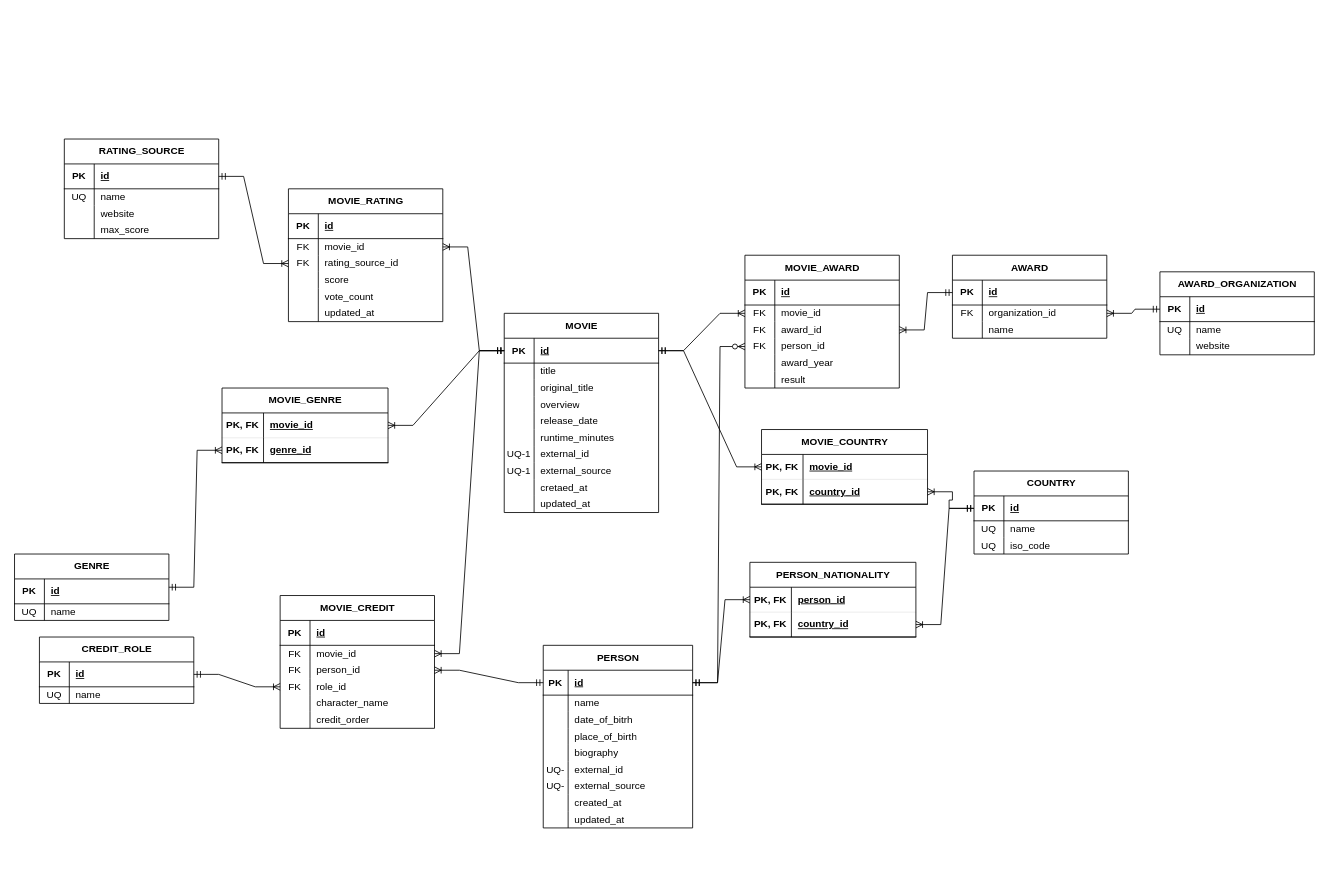
mansour-13/CineVault keeps this draw.io diagram as docs/erd/cinevault_erd.drawio. Above is the earlier version. Source tidied: cells renumbered, new cells numbered last; positions are measured from the earlier drawing's top-left corner, leaving out a move shared by most shapes. Both pictures are drawn from the tidied source at 83%, with x=0, y=0 at pixel (14, 139).
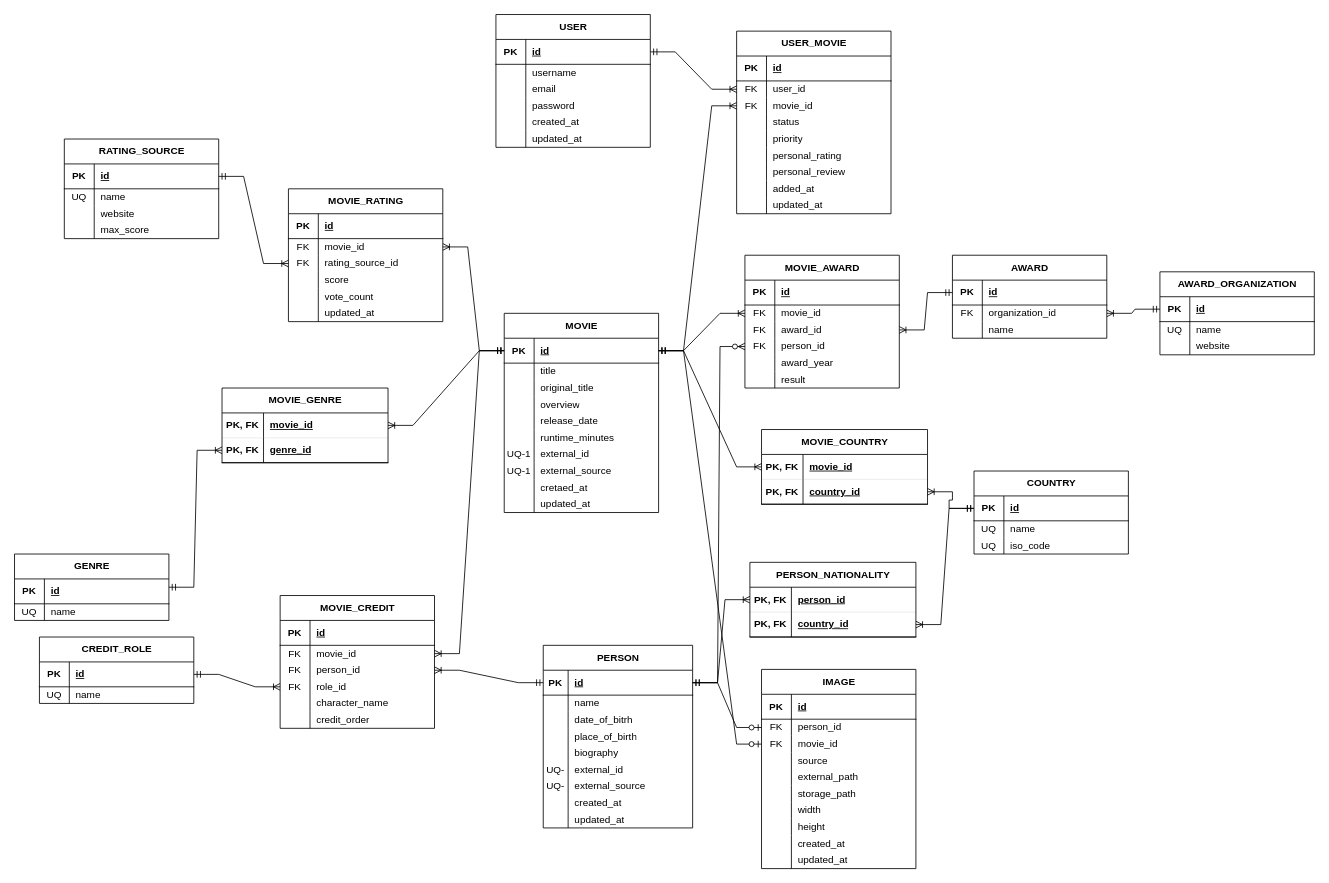
The same diagram, later.

Commit message:
add image and user entities and relationships

The change refers to these unchanged cells:
```xml
<mxCell id="3" style="shape=tableRow;horizontal=0;startSize=0;swimlaneHead=0;swimlaneBody=0;fillColor=none;points=[[0,0.5],[1,0.5]];portConstraint=eastwest;top=0;left=0;right=0;bottom=1;" parent="2" vertex="1">
  <mxGeometry y="30" width="186" height="30" as="geometry" />
</mxCell>
<mxCell id="34" style="shape=tableRow;horizontal=0;startSize=0;swimlaneHead=0;swimlaneBody=0;fillColor=none;points=[[0,0.5],[1,0.5]];portConstraint=eastwest;top=0;left=0;right=0;bottom=1;" parent="33" vertex="1">
  <mxGeometry y="30" width="180" height="30" as="geometry" />
</mxCell>
```

Diff of the diagram source:
```diff
@@
+    <mxCell id="211" value="USER" style="shape=table;startSize=30;childLayout=tableLayout;rowLines=0;fontStyle=1;align=center;html=1;" parent="1" vertex="1">
+      <mxGeometry x="580" y="-150" width="186" height="160" as="geometry" />
+    </mxCell>
+    <mxCell id="212" style="shape=tableRow;horizontal=0;startSize=0;swimlaneHead=0;swimlaneBody=0;fillColor=none;points=[[0,0.5],[1,0.5]];portConstraint=eastwest;top=0;left=0;right=0;bottom=1;" parent="211" vertex="1">
+      <mxGeometry y="30" width="186" height="30" as="geometry" />
+    </mxCell>
+    <mxCell id="213" value="PK" style="shape=partialRectangle;fillColor=none;top=0;left=0;bottom=0;right=0;fontStyle=1;overflow=hidden;whiteSpace=wrap;html=1;" parent="212" vertex="1">
+      <mxGeometry width="36" height="30" as="geometry" />
+    </mxCell>
+    <mxCell id="214" value="id" style="shape=partialRectangle;fillColor=none;top=0;left=0;bottom=0;right=0;align=left;spacingLeft=6;fontStyle=5;overflow=hidden;whiteSpace=wrap;html=1;" parent="212" vertex="1">
+      <mxGeometry x="36" width="150" height="30" as="geometry" />
+    </mxCell>
+    <mxCell id="215" style="shape=tableRow;horizontal=0;startSize=0;swimlaneHead=0;swimlaneBody=0;fillColor=none;top=0;left=0;right=0;bottom=0;" parent="211" vertex="1">
+      <mxGeometry y="60" width="186" height="20" as="geometry" />
+    </mxCell>
+    <mxCell id="216" style="shape=partialRectangle;fillColor=none;top=0;left=0;bottom=0;right=0;overflow=hidden;whiteSpace=wrap;html=1;" parent="215" vertex="1">
+      <mxGeometry width="36" height="20" as="geometry" />
+    </mxCell>
+    <mxCell id="217" value="username" style="shape=partialRectangle;fillColor=none;top=0;left=0;bottom=0;right=0;align=left;spacingLeft=6;overflow=hidden;whiteSpace=wrap;html=1;" parent="215" vertex="1">
+      <mxGeometry x="36" width="150" height="20" as="geometry" />
+    </mxCell>
+    <mxCell id="218" style="shape=tableRow;horizontal=0;startSize=0;swimlaneHead=0;swimlaneBody=0;fillColor=none;top=0;left=0;right=0;bottom=0;" parent="211" vertex="1">
+      <mxGeometry y="80" width="186" height="20" as="geometry" />
+    </mxCell>
+    <mxCell id="219" style="shape=partialRectangle;fillColor=none;top=0;left=0;bottom=0;right=0;overflow=hidden;whiteSpace=wrap;html=1;" parent="218" vertex="1">
+      <mxGeometry width="36" height="20" as="geometry" />
+    </mxCell>
+    <mxCell id="220" value="email" style="shape=partialRectangle;fillColor=none;top=0;left=0;bottom=0;right=0;align=left;spacingLeft=6;overflow=hidden;whiteSpace=wrap;html=1;" parent="218" vertex="1">
+      <mxGeometry x="36" width="150" height="20" as="geometry" />
+    </mxCell>
+    <mxCell id="221" style="shape=tableRow;horizontal=0;startSize=0;swimlaneHead=0;swimlaneBody=0;fillColor=none;top=0;left=0;right=0;bottom=0;" parent="211" vertex="1">
+      <mxGeometry y="100" width="186" height="20" as="geometry" />
+    </mxCell>
+    <mxCell id="222" style="shape=partialRectangle;fillColor=none;top=0;left=0;bottom=0;right=0;overflow=hidden;whiteSpace=wrap;html=1;" parent="221" vertex="1">
+      <mxGeometry width="36" height="20" as="geometry" />
+    </mxCell>
+    <mxCell id="223" value="password" style="shape=partialRectangle;fillColor=none;top=0;left=0;bottom=0;right=0;align=left;spacingLeft=6;overflow=hidden;whiteSpace=wrap;html=1;" parent="221" vertex="1">
+      <mxGeometry x="36" width="150" height="20" as="geometry" />
+    </mxCell>
+    <mxCell id="224" style="shape=tableRow;horizontal=0;startSize=0;swimlaneHead=0;swimlaneBody=0;fillColor=none;top=0;left=0;right=0;bottom=0;" parent="211" vertex="1">
+      <mxGeometry y="120" width="186" height="20" as="geometry" />
+    </mxCell>
+    <mxCell id="225" style="shape=partialRectangle;fillColor=none;top=0;left=0;bottom=0;right=0;overflow=hidden;whiteSpace=wrap;html=1;" parent="224" vertex="1">
+      <mxGeometry width="36" height="20" as="geometry" />
+    </mxCell>
+    <mxCell id="226" value="created_at" style="shape=partialRectangle;fillColor=none;top=0;left=0;bottom=0;right=0;align=left;spacingLeft=6;overflow=hidden;whiteSpace=wrap;html=1;" parent="224" vertex="1">
+      <mxGeometry x="36" width="150" height="20" as="geometry" />
+    </mxCell>
+    <mxCell id="227" style="shape=tableRow;horizontal=0;startSize=0;swimlaneHead=0;swimlaneBody=0;fillColor=none;top=0;left=0;right=0;bottom=0;" parent="211" vertex="1">
+      <mxGeometry y="140" width="186" height="20" as="geometry" />
+    </mxCell>
+    <mxCell id="228" style="shape=partialRectangle;fillColor=none;top=0;left=0;bottom=0;right=0;overflow=hidden;whiteSpace=wrap;html=1;" parent="227" vertex="1">
+      <mxGeometry width="36" height="20" as="geometry" />
+    </mxCell>
+    <mxCell id="229" value="updated_at" style="shape=partialRectangle;fillColor=none;top=0;left=0;bottom=0;right=0;align=left;spacingLeft=6;overflow=hidden;whiteSpace=wrap;html=1;" parent="227" vertex="1">
+      <mxGeometry x="36" width="150" height="20" as="geometry" />
+    </mxCell>
+    <mxCell id="230" value="USER_MOVIE" style="shape=table;startSize=30;childLayout=tableLayout;rowLines=0;fontStyle=1;align=center;html=1;" parent="1" vertex="1">
+      <mxGeometry x="870" y="-130" width="186" height="220" as="geometry" />
+    </mxCell>
+    <mxCell id="231" style="shape=tableRow;horizontal=0;startSize=0;swimlaneHead=0;swimlaneBody=0;fillColor=none;top=0;left=0;right=0;bottom=1;" parent="230" vertex="1">
+      <mxGeometry y="30" width="186" height="30" as="geometry" />
+    </mxCell>
+    <mxCell id="232" value="PK" style="shape=partialRectangle;fillColor=none;top=0;left=0;bottom=0;right=0;fontStyle=1;overflow=hidden;whiteSpace=wrap;html=1;" parent="231" vertex="1">
+      <mxGeometry width="36" height="30" as="geometry" />
+    </mxCell>
+    <mxCell id="233" value="id" style="shape=partialRectangle;fillColor=none;top=0;left=0;bottom=0;right=0;align=left;spacingLeft=6;fontStyle=5;overflow=hidden;whiteSpace=wrap;html=1;" parent="231" vertex="1">
+      <mxGeometry x="36" width="150" height="30" as="geometry" />
+    </mxCell>
+    <mxCell id="234" style="shape=tableRow;horizontal=0;startSize=0;swimlaneHead=0;swimlaneBody=0;fillColor=none;points=[[0,0.5],[1,0.5]];portConstraint=eastwest;top=0;left=0;right=0;bottom=0;" parent="230" vertex="1">
+      <mxGeometry y="60" width="186" height="20" as="geometry" />
+    </mxCell>
+    <mxCell id="235" value="FK" style="shape=partialRectangle;fillColor=none;top=0;left=0;bottom=0;right=0;overflow=hidden;whiteSpace=wrap;html=1;" parent="234" vertex="1">
+      <mxGeometry width="36" height="20" as="geometry" />
+    </mxCell>
+    <mxCell id="236" value="user_id" style="shape=partialRectangle;fillColor=none;top=0;left=0;bottom=0;right=0;align=left;spacingLeft=6;overflow=hidden;whiteSpace=wrap;html=1;" parent="234" vertex="1">
+      <mxGeometry x="36" width="150" height="20" as="geometry" />
+    </mxCell>
+    <mxCell id="237" style="shape=tableRow;horizontal=0;startSize=0;swimlaneHead=0;swimlaneBody=0;fillColor=none;points=[[0,0.5],[1,0.5]];portConstraint=eastwest;top=0;left=0;right=0;bottom=0;" parent="230" vertex="1">
+      <mxGeometry y="80" width="186" height="20" as="geometry" />
+    </mxCell>
+    <mxCell id="238" value="FK" style="shape=partialRectangle;fillColor=none;top=0;left=0;bottom=0;right=0;overflow=hidden;whiteSpace=wrap;html=1;" parent="237" vertex="1">
+      <mxGeometry width="36" height="20" as="geometry" />
+    </mxCell>
+    <mxCell id="239" value="movie_id" style="shape=partialRectangle;fillColor=none;top=0;left=0;bottom=0;right=0;align=left;spacingLeft=6;overflow=hidden;whiteSpace=wrap;html=1;" parent="237" vertex="1">
+      <mxGeometry x="36" width="150" height="20" as="geometry" />
+    </mxCell>
+    <mxCell id="240" style="shape=tableRow;horizontal=0;startSize=0;swimlaneHead=0;swimlaneBody=0;fillColor=none;top=0;left=0;right=0;bottom=0;" parent="230" vertex="1">
+      <mxGeometry y="100" width="186" height="20" as="geometry" />
+    </mxCell>
+    <mxCell id="241" style="shape=partialRectangle;fillColor=none;top=0;left=0;bottom=0;right=0;overflow=hidden;whiteSpace=wrap;html=1;" parent="240" vertex="1">
+      <mxGeometry width="36" height="20" as="geometry" />
+    </mxCell>
+    <mxCell id="242" value="status" style="shape=partialRectangle;fillColor=none;top=0;left=0;bottom=0;right=0;align=left;spacingLeft=6;overflow=hidden;whiteSpace=wrap;html=1;" parent="240" vertex="1">
+      <mxGeometry x="36" width="150" height="20" as="geometry" />
+    </mxCell>
+    <mxCell id="243" style="shape=tableRow;horizontal=0;startSize=0;swimlaneHead=0;swimlaneBody=0;fillColor=none;top=0;left=0;right=0;bottom=0;" parent="230" vertex="1">
+      <mxGeometry y="120" width="186" height="20" as="geometry" />
+    </mxCell>
+    <mxCell id="244" style="shape=partialRectangle;fillColor=none;top=0;left=0;bottom=0;right=0;overflow=hidden;whiteSpace=wrap;html=1;" parent="243" vertex="1">
+      <mxGeometry width="36" height="20" as="geometry" />
+    </mxCell>
+    <mxCell id="245" value="priority" style="shape=partialRectangle;fillColor=none;top=0;left=0;bottom=0;right=0;align=left;spacingLeft=6;overflow=hidden;whiteSpace=wrap;html=1;" parent="243" vertex="1">
+      <mxGeometry x="36" width="150" height="20" as="geometry" />
+    </mxCell>
+    <mxCell id="246" style="shape=tableRow;horizontal=0;startSize=0;swimlaneHead=0;swimlaneBody=0;fillColor=none;top=0;left=0;right=0;bottom=0;" parent="230" vertex="1">
+      <mxGeometry y="140" width="186" height="20" as="geometry" />
+    </mxCell>
+    <mxCell id="247" style="shape=partialRectangle;fillColor=none;top=0;left=0;bottom=0;right=0;overflow=hidden;whiteSpace=wrap;html=1;" parent="246" vertex="1">
+      <mxGeometry width="36" height="20" as="geometry" />
+    </mxCell>
+    <mxCell id="248" value="personal_rating" style="shape=partialRectangle;fillColor=none;top=0;left=0;bottom=0;right=0;align=left;spacingLeft=6;overflow=hidden;whiteSpace=wrap;html=1;" parent="246" vertex="1">
+      <mxGeometry x="36" width="150" height="20" as="geometry" />
+    </mxCell>
+    <mxCell id="249" style="shape=tableRow;horizontal=0;startSize=0;swimlaneHead=0;swimlaneBody=0;fillColor=none;top=0;left=0;right=0;bottom=0;" parent="230" vertex="1">
+      <mxGeometry y="160" width="186" height="20" as="geometry" />
+    </mxCell>
+    <mxCell id="250" style="shape=partialRectangle;fillColor=none;top=0;left=0;bottom=0;right=0;overflow=hidden;whiteSpace=wrap;html=1;" parent="249" vertex="1">
+      <mxGeometry width="36" height="20" as="geometry" />
+    </mxCell>
+    <mxCell id="251" value="personal_review" style="shape=partialRectangle;fillColor=none;top=0;left=0;bottom=0;right=0;align=left;spacingLeft=6;overflow=hidden;whiteSpace=wrap;html=1;" parent="249" vertex="1">
+      <mxGeometry x="36" width="150" height="20" as="geometry" />
+    </mxCell>
+    <mxCell id="252" style="shape=tableRow;horizontal=0;startSize=0;swimlaneHead=0;swimlaneBody=0;fillColor=none;top=0;left=0;right=0;bottom=0;" parent="230" vertex="1">
+      <mxGeometry y="180" width="186" height="20" as="geometry" />
+    </mxCell>
+    <mxCell id="253" style="shape=partialRectangle;fillColor=none;top=0;left=0;bottom=0;right=0;overflow=hidden;whiteSpace=wrap;html=1;" parent="252" vertex="1">
+      <mxGeometry width="36" height="20" as="geometry" />
+    </mxCell>
+    <mxCell id="254" value="added_at" style="shape=partialRectangle;fillColor=none;top=0;left=0;bottom=0;right=0;align=left;spacingLeft=6;overflow=hidden;whiteSpace=wrap;html=1;" parent="252" vertex="1">
+      <mxGeometry x="36" width="150" height="20" as="geometry" />
+    </mxCell>
+    <mxCell id="255" style="shape=tableRow;horizontal=0;startSize=0;swimlaneHead=0;swimlaneBody=0;fillColor=none;top=0;left=0;right=0;bottom=0;" parent="230" vertex="1">
+      <mxGeometry y="200" width="186" height="20" as="geometry" />
+    </mxCell>
+    <mxCell id="256" style="shape=partialRectangle;fillColor=none;top=0;left=0;bottom=0;right=0;overflow=hidden;whiteSpace=wrap;html=1;" parent="255" vertex="1">
+      <mxGeometry width="36" height="20" as="geometry" />
+    </mxCell>
+    <mxCell id="257" value="updated_at" style="shape=partialRectangle;fillColor=none;top=0;left=0;bottom=0;right=0;align=left;spacingLeft=6;overflow=hidden;whiteSpace=wrap;html=1;" parent="255" vertex="1">
+      <mxGeometry x="36" width="150" height="20" as="geometry" />
+    </mxCell>
+    <mxCell id="258" style="edgeStyle=entityRelationEdgeStyle;fontSize=12;html=1;endArrow=ERoneToMany;startArrow=ERmandOne;rounded=0;exitX=1;exitY=0.5;exitDx=0;exitDy=0;entryX=0;entryY=0.5;entryDx=0;entryDy=0;" parent="1" edge="1" source="212" target="234">
+      <mxGeometry relative="1" as="geometry" />
+    </mxCell>
+    <mxCell id="259" style="edgeStyle=entityRelationEdgeStyle;fontSize=12;html=1;endArrow=ERoneToMany;startArrow=ERmandOne;rounded=0;exitX=1;exitY=0.5;exitDx=0;exitDy=0;entryX=0;entryY=0.5;entryDx=0;entryDy=0;" parent="1" edge="1" source="3" target="237">
+      <mxGeometry relative="1" as="geometry" />
+    </mxCell>
+    <mxCell id="260" value="IMAGE" style="shape=table;startSize=30;childLayout=tableLayout;rowLines=0;fontStyle=1;align=center;html=1;" parent="1" vertex="1">
+      <mxGeometry x="900" y="639" width="186" height="240" as="geometry" />
+    </mxCell>
+    <mxCell id="261" style="shape=tableRow;horizontal=0;startSize=0;swimlaneHead=0;swimlaneBody=0;fillColor=none;top=0;left=0;right=0;bottom=1;" parent="260" vertex="1">
+      <mxGeometry y="30" width="186" height="30" as="geometry" />
+    </mxCell>
+    <mxCell id="262" value="PK" style="shape=partialRectangle;fillColor=none;top=0;left=0;bottom=0;right=0;fontStyle=1;overflow=hidden;whiteSpace=wrap;html=1;" parent="261" vertex="1">
+      <mxGeometry width="36" height="30" as="geometry" />
+    </mxCell>
+    <mxCell id="263" value="id" style="shape=partialRectangle;fillColor=none;top=0;left=0;bottom=0;right=0;align=left;spacingLeft=6;fontStyle=5;overflow=hidden;whiteSpace=wrap;html=1;" parent="261" vertex="1">
+      <mxGeometry x="36" width="150" height="30" as="geometry" />
+    </mxCell>
+    <mxCell id="264" style="shape=tableRow;horizontal=0;startSize=0;swimlaneHead=0;swimlaneBody=0;fillColor=none;points=[[0,0.5],[1,0.5]];portConstraint=eastwest;top=0;left=0;right=0;bottom=0;" parent="260" vertex="1">
+      <mxGeometry y="60" width="186" height="20" as="geometry" />
+    </mxCell>
+    <mxCell id="265" value="FK" style="shape=partialRectangle;fillColor=none;top=0;left=0;bottom=0;right=0;overflow=hidden;whiteSpace=wrap;html=1;" parent="264" vertex="1">
+      <mxGeometry width="36" height="20" as="geometry" />
+    </mxCell>
+    <mxCell id="266" value="person_id" style="shape=partialRectangle;fillColor=none;top=0;left=0;bottom=0;right=0;align=left;spacingLeft=6;overflow=hidden;whiteSpace=wrap;html=1;" parent="264" vertex="1">
+      <mxGeometry x="36" width="150" height="20" as="geometry" />
+    </mxCell>
+    <mxCell id="267" style="shape=tableRow;horizontal=0;startSize=0;swimlaneHead=0;swimlaneBody=0;fillColor=none;points=[[0,0.5],[1,0.5]];portConstraint=eastwest;top=0;left=0;right=0;bottom=0;" parent="260" vertex="1">
+      <mxGeometry y="80" width="186" height="20" as="geometry" />
+    </mxCell>
+    <mxCell id="268" value="FK" style="shape=partialRectangle;fillColor=none;top=0;left=0;bottom=0;right=0;overflow=hidden;whiteSpace=wrap;html=1;" parent="267" vertex="1">
+      <mxGeometry width="36" height="20" as="geometry" />
+    </mxCell>
+    <mxCell id="269" value="movie_id" style="shape=partialRectangle;fillColor=none;top=0;left=0;bottom=0;right=0;align=left;spacingLeft=6;overflow=hidden;whiteSpace=wrap;html=1;" parent="267" vertex="1">
+      <mxGeometry x="36" width="150" height="20" as="geometry" />
+    </mxCell>
+    <mxCell id="270" style="shape=tableRow;horizontal=0;startSize=0;swimlaneHead=0;swimlaneBody=0;fillColor=none;top=0;left=0;right=0;bottom=0;" parent="260" vertex="1">
+      <mxGeometry y="100" width="186" height="20" as="geometry" />
+    </mxCell>
+    <mxCell id="271" style="shape=partialRectangle;fillColor=none;top=0;left=0;bottom=0;right=0;overflow=hidden;whiteSpace=wrap;html=1;" parent="270" vertex="1">
+      <mxGeometry width="36" height="20" as="geometry" />
+    </mxCell>
+    <mxCell id="272" value="source" style="shape=partialRectangle;fillColor=none;top=0;left=0;bottom=0;right=0;align=left;spacingLeft=6;overflow=hidden;whiteSpace=wrap;html=1;" parent="270" vertex="1">
+      <mxGeometry x="36" width="150" height="20" as="geometry" />
+    </mxCell>
+    <mxCell id="273" style="shape=tableRow;horizontal=0;startSize=0;swimlaneHead=0;swimlaneBody=0;fillColor=none;top=0;left=0;right=0;bottom=0;" parent="260" vertex="1">
+      <mxGeometry y="120" width="186" height="20" as="geometry" />
+    </mxCell>
+    <mxCell id="274" style="shape=partialRectangle;fillColor=none;top=0;left=0;bottom=0;right=0;overflow=hidden;whiteSpace=wrap;html=1;" parent="273" vertex="1">
+      <mxGeometry width="36" height="20" as="geometry" />
+    </mxCell>
+    <mxCell id="275" value="external_path" style="shape=partialRectangle;fillColor=none;top=0;left=0;bottom=0;right=0;align=left;spacingLeft=6;overflow=hidden;whiteSpace=wrap;html=1;" parent="273" vertex="1">
+      <mxGeometry x="36" width="150" height="20" as="geometry" />
+    </mxCell>
+    <mxCell id="276" style="shape=tableRow;horizontal=0;startSize=0;swimlaneHead=0;swimlaneBody=0;fillColor=none;top=0;left=0;right=0;bottom=0;" parent="260" vertex="1">
+      <mxGeometry y="140" width="186" height="20" as="geometry" />
+    </mxCell>
+    <mxCell id="277" style="shape=partialRectangle;fillColor=none;top=0;left=0;bottom=0;right=0;overflow=hidden;whiteSpace=wrap;html=1;" parent="276" vertex="1">
+      <mxGeometry width="36" height="20" as="geometry" />
+    </mxCell>
+    <mxCell id="278" value="storage_path" style="shape=partialRectangle;fillColor=none;top=0;left=0;bottom=0;right=0;align=left;spacingLeft=6;overflow=hidden;whiteSpace=wrap;html=1;" parent="276" vertex="1">
+      <mxGeometry x="36" width="150" height="20" as="geometry" />
+    </mxCell>
+    <mxCell id="279" style="shape=tableRow;horizontal=0;startSize=0;swimlaneHead=0;swimlaneBody=0;fillColor=none;top=0;left=0;right=0;bottom=0;" parent="260" vertex="1">
+      <mxGeometry y="160" width="186" height="20" as="geometry" />
+    </mxCell>
+    <mxCell id="280" style="shape=partialRectangle;fillColor=none;top=0;left=0;bottom=0;right=0;overflow=hidden;whiteSpace=wrap;html=1;" parent="279" vertex="1">
+      <mxGeometry width="36" height="20" as="geometry" />
+    </mxCell>
+    <mxCell id="281" value="width" style="shape=partialRectangle;fillColor=none;top=0;left=0;bottom=0;right=0;align=left;spacingLeft=6;overflow=hidden;whiteSpace=wrap;html=1;" parent="279" vertex="1">
+      <mxGeometry x="36" width="150" height="20" as="geometry" />
+    </mxCell>
+    <mxCell id="282" style="shape=tableRow;horizontal=0;startSize=0;swimlaneHead=0;swimlaneBody=0;fillColor=none;top=0;left=0;right=0;bottom=0;" parent="260" vertex="1">
+      <mxGeometry y="180" width="186" height="20" as="geometry" />
+    </mxCell>
+    <mxCell id="283" style="shape=partialRectangle;fillColor=none;top=0;left=0;bottom=0;right=0;overflow=hidden;whiteSpace=wrap;html=1;" parent="282" vertex="1">
+      <mxGeometry width="36" height="20" as="geometry" />
+    </mxCell>
+    <mxCell id="284" value="height" style="shape=partialRectangle;fillColor=none;top=0;left=0;bottom=0;right=0;align=left;spacingLeft=6;overflow=hidden;whiteSpace=wrap;html=1;" parent="282" vertex="1">
+      <mxGeometry x="36" width="150" height="20" as="geometry" />
+    </mxCell>
+    <mxCell id="285" style="shape=tableRow;horizontal=0;startSize=0;swimlaneHead=0;swimlaneBody=0;fillColor=none;top=0;left=0;right=0;bottom=0;" parent="260" vertex="1">
+      <mxGeometry y="200" width="186" height="20" as="geometry" />
+    </mxCell>
+    <mxCell id="286" style="shape=partialRectangle;fillColor=none;top=0;left=0;bottom=0;right=0;overflow=hidden;whiteSpace=wrap;html=1;" parent="285" vertex="1">
+      <mxGeometry width="36" height="20" as="geometry" />
+    </mxCell>
+    <mxCell id="287" value="created_at" style="shape=partialRectangle;fillColor=none;top=0;left=0;bottom=0;right=0;align=left;spacingLeft=6;overflow=hidden;whiteSpace=wrap;html=1;" parent="285" vertex="1">
+      <mxGeometry x="36" width="150" height="20" as="geometry" />
+    </mxCell>
+    <mxCell id="288" style="shape=tableRow;horizontal=0;startSize=0;swimlaneHead=0;swimlaneBody=0;fillColor=none;top=0;left=0;right=0;bottom=0;" parent="260" vertex="1">
+      <mxGeometry y="220" width="186" height="20" as="geometry" />
+    </mxCell>
+    <mxCell id="289" style="shape=partialRectangle;fillColor=none;top=0;left=0;bottom=0;right=0;overflow=hidden;whiteSpace=wrap;html=1;" parent="288" vertex="1">
+      <mxGeometry width="36" height="20" as="geometry" />
+    </mxCell>
+    <mxCell id="290" value="updated_at" style="shape=partialRectangle;fillColor=none;top=0;left=0;bottom=0;right=0;align=left;spacingLeft=6;overflow=hidden;whiteSpace=wrap;html=1;" parent="288" vertex="1">
+      <mxGeometry x="36" width="150" height="20" as="geometry" />
+    </mxCell>
+    <mxCell id="291" style="edgeStyle=entityRelationEdgeStyle;fontSize=12;html=1;endArrow=ERzeroToOne;endFill=1;rounded=0;exitX=1;exitY=0.5;exitDx=0;exitDy=0;entryX=0;entryY=0.5;entryDx=0;entryDy=0;" parent="1" edge="1" source="34" target="264">
+      <mxGeometry relative="1" as="geometry" />
+    </mxCell>
+    <mxCell id="292" style="edgeStyle=entityRelationEdgeStyle;fontSize=12;html=1;endArrow=ERzeroToOne;endFill=1;rounded=0;exitX=1;exitY=0.5;exitDx=0;exitDy=0;entryX=0;entryY=0.5;entryDx=0;entryDy=0;" parent="1" edge="1" source="3" target="267">
+      <mxGeometry relative="1" as="geometry" />
+    </mxCell>
```
